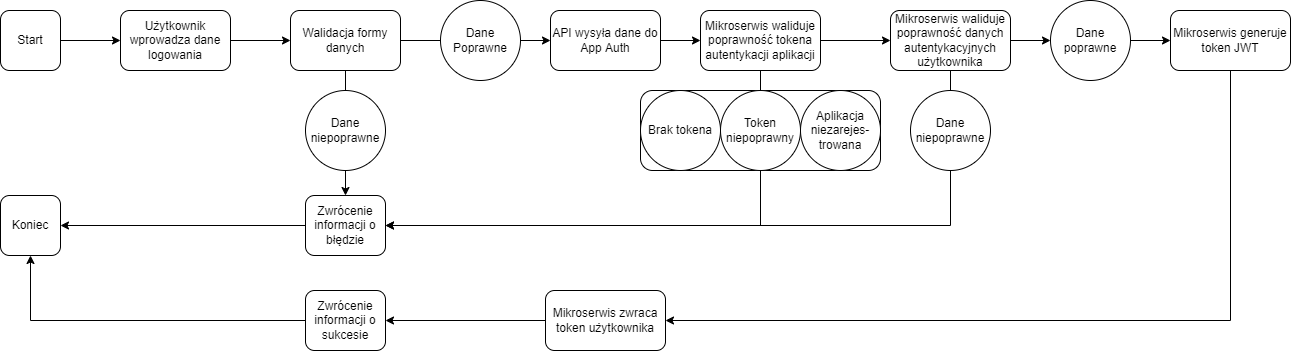
This is docs/Login_use_case.drawio.png from TMarekAgh/remember, a draw.io export, as it was before one commit. Source tidied: cells renumbered, new cells last; positions are measured from the earlier drawing's top-left corner, leaving out a move shared by most shapes. Its diagram source:
```xml
<mxGraphModel>
  <root>
    <mxCell id="0" />
    <mxCell id="1" parent="0" />
    <mxCell id="2" style="rounded=1;whiteSpace=wrap;html=1;" parent="1" vertex="1">
      <mxGeometry x="640" y="90" width="240" height="80" as="geometry" />
    </mxCell>
    <mxCell id="3" style="edgeStyle=orthogonalEdgeStyle;rounded=0;jettySize=auto;html=1;exitX=1;exitY=0.5;exitDx=0;exitDy=0;entryX=0;entryY=0.5;entryDx=0;entryDy=0;" parent="1" edge="1" source="4" target="6">
      <mxGeometry relative="1" as="geometry" />
    </mxCell>
    <mxCell id="4" value="Start" style="rounded=1;whiteSpace=wrap;html=1;" parent="1" vertex="1">
      <mxGeometry y="10" width="60" height="60" as="geometry" />
    </mxCell>
    <mxCell id="5" style="edgeStyle=orthogonalEdgeStyle;rounded=0;jettySize=auto;html=1;exitX=1;exitY=0.5;exitDx=0;exitDy=0;entryX=0;entryY=0.5;entryDx=0;entryDy=0;" parent="1" edge="1" source="6" target="9">
      <mxGeometry relative="1" as="geometry" />
    </mxCell>
    <mxCell id="6" value="Użytkownik wprowadza dane logowania" style="rounded=1;whiteSpace=wrap;html=1;" parent="1" vertex="1">
      <mxGeometry x="120" y="10" width="110" height="60" as="geometry" />
    </mxCell>
    <mxCell id="7" style="edgeStyle=orthogonalEdgeStyle;rounded=0;jettySize=auto;html=1;exitX=0.5;exitY=1;exitDx=0;exitDy=0;entryX=0.5;entryY=0;entryDx=0;entryDy=0;" parent="1" edge="1" source="9" target="11">
      <mxGeometry relative="1" as="geometry" />
    </mxCell>
    <mxCell id="8" style="edgeStyle=orthogonalEdgeStyle;rounded=0;jettySize=auto;html=1;exitX=1;exitY=0.5;exitDx=0;exitDy=0;entryX=0;entryY=0.5;entryDx=0;entryDy=0;startArrow=none;" parent="1" edge="1" source="26" target="15">
      <mxGeometry relative="1" as="geometry" />
    </mxCell>
    <mxCell id="9" value="Walidacja formy danych" style="rounded=1;whiteSpace=wrap;html=1;" parent="1" vertex="1">
      <mxGeometry x="290" y="10" width="110" height="60" as="geometry" />
    </mxCell>
    <mxCell id="10" style="edgeStyle=orthogonalEdgeStyle;rounded=0;jettySize=auto;html=1;exitX=0;exitY=0.5;exitDx=0;exitDy=0;entryX=1;entryY=0.5;entryDx=0;entryDy=0;" parent="1" edge="1" source="11" target="12">
      <mxGeometry relative="1" as="geometry" />
    </mxCell>
    <mxCell id="11" value="Zwrócenie informacji o błędzie" style="rounded=1;whiteSpace=wrap;html=1;" parent="1" vertex="1">
      <mxGeometry x="305" y="195" width="80" height="60" as="geometry" />
    </mxCell>
    <mxCell id="12" value="Koniec" style="rounded=1;whiteSpace=wrap;html=1;" parent="1" vertex="1">
      <mxGeometry y="195" width="60" height="60" as="geometry" />
    </mxCell>
    <mxCell id="13" value="Dane niepoprawne" style="ellipse;whiteSpace=wrap;html=1;" parent="1" vertex="1">
      <mxGeometry x="305" y="90" width="80" height="80" as="geometry" />
    </mxCell>
    <mxCell id="14" style="edgeStyle=orthogonalEdgeStyle;rounded=0;jettySize=auto;html=1;exitX=1;exitY=0.5;exitDx=0;exitDy=0;entryX=0;entryY=0.5;entryDx=0;entryDy=0;" parent="1" edge="1" target="18">
      <mxGeometry relative="1" as="geometry">
        <mxPoint x="640" y="40" as="sourcePoint" />
      </mxGeometry>
    </mxCell>
    <mxCell id="15" value="API wysyła dane do App Auth" style="rounded=1;whiteSpace=wrap;html=1;" parent="1" vertex="1">
      <mxGeometry x="550" y="10" width="110" height="60" as="geometry" />
    </mxCell>
    <mxCell id="16" style="edgeStyle=orthogonalEdgeStyle;rounded=0;jettySize=auto;html=1;exitX=0.5;exitY=1;exitDx=0;exitDy=0;entryX=1;entryY=0.5;entryDx=0;entryDy=0;" parent="1" edge="1" source="18" target="11">
      <mxGeometry relative="1" as="geometry" />
    </mxCell>
    <mxCell id="17" style="edgeStyle=orthogonalEdgeStyle;rounded=0;jettySize=auto;html=1;exitX=1;exitY=0.5;exitDx=0;exitDy=0;entryX=0;entryY=0.5;entryDx=0;entryDy=0;" parent="1" edge="1" source="18">
      <mxGeometry relative="1" as="geometry">
        <mxPoint x="890" y="40" as="targetPoint" />
      </mxGeometry>
    </mxCell>
    <mxCell id="18" value="Mikroserwis waliduje poprawność tokena autentykacji aplikacji" style="rounded=1;whiteSpace=wrap;html=1;" parent="1" vertex="1">
      <mxGeometry x="700" y="10" width="120" height="60" as="geometry" />
    </mxCell>
    <mxCell id="19" value="Token niepoprawny" style="ellipse;whiteSpace=wrap;html=1;" parent="1" vertex="1">
      <mxGeometry x="720" y="90" width="80" height="80" as="geometry" />
    </mxCell>
    <mxCell id="20" value="Brak tokena" style="ellipse;whiteSpace=wrap;html=1;" parent="1" vertex="1">
      <mxGeometry x="640" y="90" width="80" height="80" as="geometry" />
    </mxCell>
    <mxCell id="21" value="Aplikacja niezarejes-trowana" style="ellipse;whiteSpace=wrap;html=1;" parent="1" vertex="1">
      <mxGeometry x="800" y="90" width="80" height="80" as="geometry" />
    </mxCell>
    <mxCell id="22" style="edgeStyle=orthogonalEdgeStyle;rounded=0;jettySize=auto;html=1;exitX=0.5;exitY=1;exitDx=0;exitDy=0;entryX=1;entryY=0.5;entryDx=0;entryDy=0;" parent="1" edge="1" source="24" target="11">
      <mxGeometry relative="1" as="geometry" />
    </mxCell>
    <mxCell id="23" style="edgeStyle=orthogonalEdgeStyle;rounded=0;jettySize=auto;html=1;exitX=1;exitY=0.5;exitDx=0;exitDy=0;entryX=0;entryY=0.5;entryDx=0;entryDy=0;" parent="1" edge="1" source="24" target="31">
      <mxGeometry relative="1" as="geometry" />
    </mxCell>
    <mxCell id="24" value="Mikroserwis waliduje poprawność danych autentykacyjnych użytkownika" style="rounded=1;whiteSpace=wrap;html=1;" parent="1" vertex="1">
      <mxGeometry x="890" y="10" width="120" height="60" as="geometry" />
    </mxCell>
    <mxCell id="25" value="Dane niepoprawne" style="ellipse;whiteSpace=wrap;html=1;" parent="1" vertex="1">
      <mxGeometry x="910" y="90" width="80" height="80" as="geometry" />
    </mxCell>
    <mxCell id="26" value="Dane Poprawne" style="ellipse;whiteSpace=wrap;html=1;" parent="1" vertex="1">
      <mxGeometry x="440" width="80" height="80" as="geometry" />
    </mxCell>
    <mxCell id="27" style="edgeStyle=orthogonalEdgeStyle;rounded=0;jettySize=auto;html=1;exitX=1;exitY=0.5;exitDx=0;exitDy=0;entryX=0;entryY=0.5;entryDx=0;entryDy=0;endArrow=none;" parent="1" edge="1" source="9" target="26">
      <mxGeometry relative="1" as="geometry" />
    </mxCell>
    <mxCell id="28" style="edgeStyle=orthogonalEdgeStyle;rounded=0;jettySize=auto;html=1;exitX=0.5;exitY=1;exitDx=0;exitDy=0;entryX=1;entryY=0.5;entryDx=0;entryDy=0;" parent="1" edge="1" source="29" target="33">
      <mxGeometry relative="1" as="geometry" />
    </mxCell>
    <mxCell id="29" value="Mikroserwis generuje token JWT" style="rounded=1;whiteSpace=wrap;html=1;" parent="1" vertex="1">
      <mxGeometry x="1170" y="10" width="120" height="60" as="geometry" />
    </mxCell>
    <mxCell id="30" style="edgeStyle=orthogonalEdgeStyle;rounded=0;jettySize=auto;html=1;exitX=1;exitY=0.5;exitDx=0;exitDy=0;entryX=0;entryY=0.5;entryDx=0;entryDy=0;" parent="1" edge="1" source="31" target="29">
      <mxGeometry relative="1" as="geometry" />
    </mxCell>
    <mxCell id="31" value="Dane poprawne" style="ellipse;whiteSpace=wrap;html=1;" parent="1" vertex="1">
      <mxGeometry x="1050" width="80" height="80" as="geometry" />
    </mxCell>
    <mxCell id="32" style="edgeStyle=orthogonalEdgeStyle;rounded=0;jettySize=auto;html=1;exitX=0;exitY=0.5;exitDx=0;exitDy=0;entryX=1;entryY=0.5;entryDx=0;entryDy=0;" parent="1" edge="1" source="33" target="35">
      <mxGeometry relative="1" as="geometry" />
    </mxCell>
    <mxCell id="33" value="Mikroserwis zwraca token użytkownika" style="rounded=1;whiteSpace=wrap;html=1;" parent="1" vertex="1">
      <mxGeometry x="545" y="290" width="120" height="60" as="geometry" />
    </mxCell>
    <mxCell id="34" style="edgeStyle=orthogonalEdgeStyle;rounded=0;jettySize=auto;html=1;exitX=0;exitY=0.5;exitDx=0;exitDy=0;entryX=0.5;entryY=1;entryDx=0;entryDy=0;" parent="1" edge="1" source="35" target="12">
      <mxGeometry relative="1" as="geometry" />
    </mxCell>
    <mxCell id="35" value="Zwrócenie informacji o sukcesie" style="rounded=1;whiteSpace=wrap;html=1;" parent="1" vertex="1">
      <mxGeometry x="305" y="290" width="80" height="60" as="geometry" />
    </mxCell>
  </root>
</mxGraphModel>
```
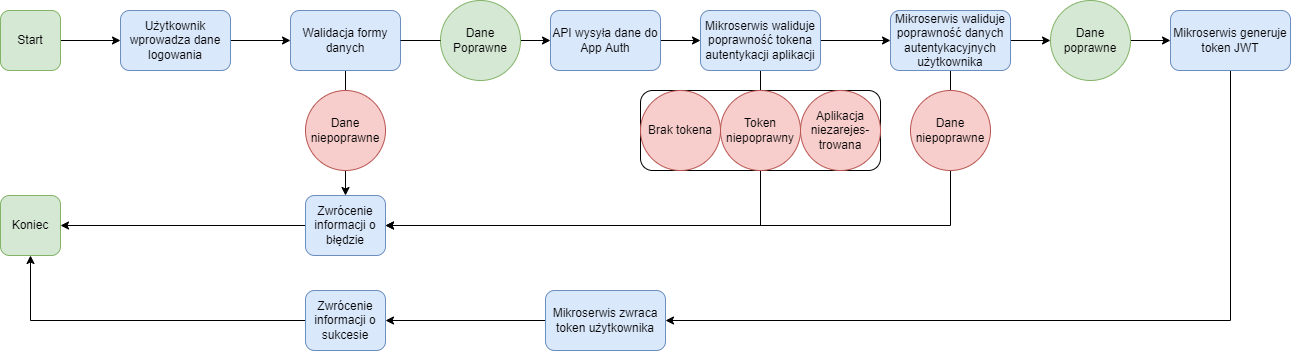
Above is the later version.

What changed in the source:
```diff
@@ -8,13 +8,13 @@
     <mxCell id="3" style="edgeStyle=orthogonalEdgeStyle;rounded=0;jettySize=auto;html=1;exitX=1;exitY=0.5;exitDx=0;exitDy=0;entryX=0;entryY=0.5;entryDx=0;entryDy=0;" parent="1" edge="1" source="4" target="6">
       <mxGeometry relative="1" as="geometry" />
     </mxCell>
-    <mxCell id="4" value="Start" style="rounded=1;whiteSpace=wrap;html=1;" parent="1" vertex="1">
+    <mxCell id="4" value="Start" style="rounded=1;whiteSpace=wrap;html=1;fillColor=#d5e8d4;strokeColor=#82b366;" parent="1" vertex="1">
       <mxGeometry y="10" width="60" height="60" as="geometry" />
     </mxCell>
     <mxCell id="5" style="edgeStyle=orthogonalEdgeStyle;rounded=0;jettySize=auto;html=1;exitX=1;exitY=0.5;exitDx=0;exitDy=0;entryX=0;entryY=0.5;entryDx=0;entryDy=0;" parent="1" edge="1" source="6" target="9">
       <mxGeometry relative="1" as="geometry" />
     </mxCell>
-    <mxCell id="6" value="Użytkownik wprowadza dane logowania" style="rounded=1;whiteSpace=wrap;html=1;" parent="1" vertex="1">
+    <mxCell id="6" value="Użytkownik wprowadza dane logowania" style="rounded=1;whiteSpace=wrap;html=1;fillColor=#dae8fc;strokeColor=#6c8ebf;" parent="1" vertex="1">
       <mxGeometry x="120" y="10" width="110" height="60" as="geometry" />
     </mxCell>
     <mxCell id="7" style="edgeStyle=orthogonalEdgeStyle;rounded=0;jettySize=auto;html=1;exitX=0.5;exitY=1;exitDx=0;exitDy=0;entryX=0.5;entryY=0;entryDx=0;entryDy=0;" parent="1" edge="1" source="9" target="11">
@@ -23,19 +23,19 @@
     <mxCell id="8" style="edgeStyle=orthogonalEdgeStyle;rounded=0;jettySize=auto;html=1;exitX=1;exitY=0.5;exitDx=0;exitDy=0;entryX=0;entryY=0.5;entryDx=0;entryDy=0;startArrow=none;" parent="1" edge="1" source="26" target="15">
       <mxGeometry relative="1" as="geometry" />
     </mxCell>
-    <mxCell id="9" value="Walidacja formy danych" style="rounded=1;whiteSpace=wrap;html=1;" parent="1" vertex="1">
+    <mxCell id="9" value="Walidacja formy danych" style="rounded=1;whiteSpace=wrap;html=1;fillColor=#dae8fc;strokeColor=#6c8ebf;" parent="1" vertex="1">
       <mxGeometry x="290" y="10" width="110" height="60" as="geometry" />
     </mxCell>
     <mxCell id="10" style="edgeStyle=orthogonalEdgeStyle;rounded=0;jettySize=auto;html=1;exitX=0;exitY=0.5;exitDx=0;exitDy=0;entryX=1;entryY=0.5;entryDx=0;entryDy=0;" parent="1" edge="1" source="11" target="12">
       <mxGeometry relative="1" as="geometry" />
     </mxCell>
-    <mxCell id="11" value="Zwrócenie informacji o błędzie" style="rounded=1;whiteSpace=wrap;html=1;" parent="1" vertex="1">
+    <mxCell id="11" value="Zwrócenie informacji o błędzie" style="rounded=1;whiteSpace=wrap;html=1;fillColor=#dae8fc;strokeColor=#6c8ebf;" parent="1" vertex="1">
       <mxGeometry x="305" y="195" width="80" height="60" as="geometry" />
     </mxCell>
-    <mxCell id="12" value="Koniec" style="rounded=1;whiteSpace=wrap;html=1;" parent="1" vertex="1">
+    <mxCell id="12" value="Koniec" style="rounded=1;whiteSpace=wrap;html=1;fillColor=#d5e8d4;strokeColor=#82b366;" parent="1" vertex="1">
       <mxGeometry y="195" width="60" height="60" as="geometry" />
     </mxCell>
-    <mxCell id="13" value="Dane niepoprawne" style="ellipse;whiteSpace=wrap;html=1;" parent="1" vertex="1">
+    <mxCell id="13" value="Dane niepoprawne" style="ellipse;whiteSpace=wrap;html=1;fillColor=#f8cecc;strokeColor=#b85450;" parent="1" vertex="1">
       <mxGeometry x="305" y="90" width="80" height="80" as="geometry" />
     </mxCell>
     <mxCell id="14" style="edgeStyle=orthogonalEdgeStyle;rounded=0;jettySize=auto;html=1;exitX=1;exitY=0.5;exitDx=0;exitDy=0;entryX=0;entryY=0.5;entryDx=0;entryDy=0;" parent="1" edge="1" target="18">
@@ -43,7 +43,7 @@
         <mxPoint x="640" y="40" as="sourcePoint" />
       </mxGeometry>
     </mxCell>
-    <mxCell id="15" value="API wysyła dane do App Auth" style="rounded=1;whiteSpace=wrap;html=1;" parent="1" vertex="1">
+    <mxCell id="15" value="API wysyła dane do App Auth" style="rounded=1;whiteSpace=wrap;html=1;fillColor=#dae8fc;strokeColor=#6c8ebf;" parent="1" vertex="1">
       <mxGeometry x="550" y="10" width="110" height="60" as="geometry" />
     </mxCell>
     <mxCell id="16" style="edgeStyle=orthogonalEdgeStyle;rounded=0;jettySize=auto;html=1;exitX=0.5;exitY=1;exitDx=0;exitDy=0;entryX=1;entryY=0.5;entryDx=0;entryDy=0;" parent="1" edge="1" source="18" target="11">
@@ -54,16 +54,16 @@
         <mxPoint x="890" y="40" as="targetPoint" />
       </mxGeometry>
     </mxCell>
-    <mxCell id="18" value="Mikroserwis waliduje poprawność tokena autentykacji aplikacji" style="rounded=1;whiteSpace=wrap;html=1;" parent="1" vertex="1">
+    <mxCell id="18" value="Mikroserwis waliduje poprawność tokena autentykacji aplikacji" style="rounded=1;whiteSpace=wrap;html=1;fillColor=#dae8fc;strokeColor=#6c8ebf;" parent="1" vertex="1">
       <mxGeometry x="700" y="10" width="120" height="60" as="geometry" />
     </mxCell>
-    <mxCell id="19" value="Token niepoprawny" style="ellipse;whiteSpace=wrap;html=1;" parent="1" vertex="1">
+    <mxCell id="19" value="Token niepoprawny" style="ellipse;whiteSpace=wrap;html=1;fillColor=#f8cecc;strokeColor=#b85450;" parent="1" vertex="1">
       <mxGeometry x="720" y="90" width="80" height="80" as="geometry" />
     </mxCell>
-    <mxCell id="20" value="Brak tokena" style="ellipse;whiteSpace=wrap;html=1;" parent="1" vertex="1">
+    <mxCell id="20" value="Brak tokena" style="ellipse;whiteSpace=wrap;html=1;fillColor=#f8cecc;strokeColor=#b85450;" parent="1" vertex="1">
       <mxGeometry x="640" y="90" width="80" height="80" as="geometry" />
     </mxCell>
-    <mxCell id="21" value="Aplikacja niezarejes-trowana" style="ellipse;whiteSpace=wrap;html=1;" parent="1" vertex="1">
+    <mxCell id="21" value="Aplikacja niezarejes-trowana" style="ellipse;whiteSpace=wrap;html=1;fillColor=#f8cecc;strokeColor=#b85450;" parent="1" vertex="1">
       <mxGeometry x="800" y="90" width="80" height="80" as="geometry" />
     </mxCell>
     <mxCell id="22" style="edgeStyle=orthogonalEdgeStyle;rounded=0;jettySize=auto;html=1;exitX=0.5;exitY=1;exitDx=0;exitDy=0;entryX=1;entryY=0.5;entryDx=0;entryDy=0;" parent="1" edge="1" source="24" target="11">
@@ -72,13 +72,13 @@
     <mxCell id="23" style="edgeStyle=orthogonalEdgeStyle;rounded=0;jettySize=auto;html=1;exitX=1;exitY=0.5;exitDx=0;exitDy=0;entryX=0;entryY=0.5;entryDx=0;entryDy=0;" parent="1" edge="1" source="24" target="31">
       <mxGeometry relative="1" as="geometry" />
     </mxCell>
-    <mxCell id="24" value="Mikroserwis waliduje poprawność danych autentykacyjnych użytkownika" style="rounded=1;whiteSpace=wrap;html=1;" parent="1" vertex="1">
+    <mxCell id="24" value="Mikroserwis waliduje poprawność danych autentykacyjnych użytkownika" style="rounded=1;whiteSpace=wrap;html=1;fillColor=#dae8fc;strokeColor=#6c8ebf;" parent="1" vertex="1">
       <mxGeometry x="890" y="10" width="120" height="60" as="geometry" />
     </mxCell>
-    <mxCell id="25" value="Dane niepoprawne" style="ellipse;whiteSpace=wrap;html=1;" parent="1" vertex="1">
+    <mxCell id="25" value="Dane niepoprawne" style="ellipse;whiteSpace=wrap;html=1;fillColor=#f8cecc;strokeColor=#b85450;" parent="1" vertex="1">
       <mxGeometry x="910" y="90" width="80" height="80" as="geometry" />
     </mxCell>
-    <mxCell id="26" value="Dane Poprawne" style="ellipse;whiteSpace=wrap;html=1;" parent="1" vertex="1">
+    <mxCell id="26" value="Dane Poprawne" style="ellipse;whiteSpace=wrap;html=1;fillColor=#d5e8d4;strokeColor=#82b366;" parent="1" vertex="1">
       <mxGeometry x="440" width="80" height="80" as="geometry" />
     </mxCell>
     <mxCell id="27" style="edgeStyle=orthogonalEdgeStyle;rounded=0;jettySize=auto;html=1;exitX=1;exitY=0.5;exitDx=0;exitDy=0;entryX=0;entryY=0.5;entryDx=0;entryDy=0;endArrow=none;" parent="1" edge="1" source="9" target="26">
@@ -87,25 +87,25 @@
     <mxCell id="28" style="edgeStyle=orthogonalEdgeStyle;rounded=0;jettySize=auto;html=1;exitX=0.5;exitY=1;exitDx=0;exitDy=0;entryX=1;entryY=0.5;entryDx=0;entryDy=0;" parent="1" edge="1" source="29" target="33">
       <mxGeometry relative="1" as="geometry" />
     </mxCell>
-    <mxCell id="29" value="Mikroserwis generuje token JWT" style="rounded=1;whiteSpace=wrap;html=1;" parent="1" vertex="1">
+    <mxCell id="29" value="Mikroserwis generuje token JWT" style="rounded=1;whiteSpace=wrap;html=1;fillColor=#dae8fc;strokeColor=#6c8ebf;" parent="1" vertex="1">
       <mxGeometry x="1170" y="10" width="120" height="60" as="geometry" />
     </mxCell>
     <mxCell id="30" style="edgeStyle=orthogonalEdgeStyle;rounded=0;jettySize=auto;html=1;exitX=1;exitY=0.5;exitDx=0;exitDy=0;entryX=0;entryY=0.5;entryDx=0;entryDy=0;" parent="1" edge="1" source="31" target="29">
       <mxGeometry relative="1" as="geometry" />
     </mxCell>
-    <mxCell id="31" value="Dane poprawne" style="ellipse;whiteSpace=wrap;html=1;" parent="1" vertex="1">
+    <mxCell id="31" value="Dane poprawne" style="ellipse;whiteSpace=wrap;html=1;fillColor=#d5e8d4;strokeColor=#82b366;" parent="1" vertex="1">
       <mxGeometry x="1050" width="80" height="80" as="geometry" />
     </mxCell>
     <mxCell id="32" style="edgeStyle=orthogonalEdgeStyle;rounded=0;jettySize=auto;html=1;exitX=0;exitY=0.5;exitDx=0;exitDy=0;entryX=1;entryY=0.5;entryDx=0;entryDy=0;" parent="1" edge="1" source="33" target="35">
       <mxGeometry relative="1" as="geometry" />
     </mxCell>
-    <mxCell id="33" value="Mikroserwis zwraca token użytkownika" style="rounded=1;whiteSpace=wrap;html=1;" parent="1" vertex="1">
+    <mxCell id="33" value="Mikroserwis zwraca token użytkownika" style="rounded=1;whiteSpace=wrap;html=1;fillColor=#dae8fc;strokeColor=#6c8ebf;" parent="1" vertex="1">
       <mxGeometry x="545" y="290" width="120" height="60" as="geometry" />
     </mxCell>
     <mxCell id="34" style="edgeStyle=orthogonalEdgeStyle;rounded=0;jettySize=auto;html=1;exitX=0;exitY=0.5;exitDx=0;exitDy=0;entryX=0.5;entryY=1;entryDx=0;entryDy=0;" parent="1" edge="1" source="35" target="12">
       <mxGeometry relative="1" as="geometry" />
     </mxCell>
-    <mxCell id="35" value="Zwrócenie informacji o sukcesie" style="rounded=1;whiteSpace=wrap;html=1;" parent="1" vertex="1">
+    <mxCell id="35" value="Zwrócenie informacji o sukcesie" style="rounded=1;whiteSpace=wrap;html=1;fillColor=#dae8fc;strokeColor=#6c8ebf;" parent="1" vertex="1">
       <mxGeometry x="305" y="290" width="80" height="60" as="geometry" />
     </mxCell>
   </root>
```
